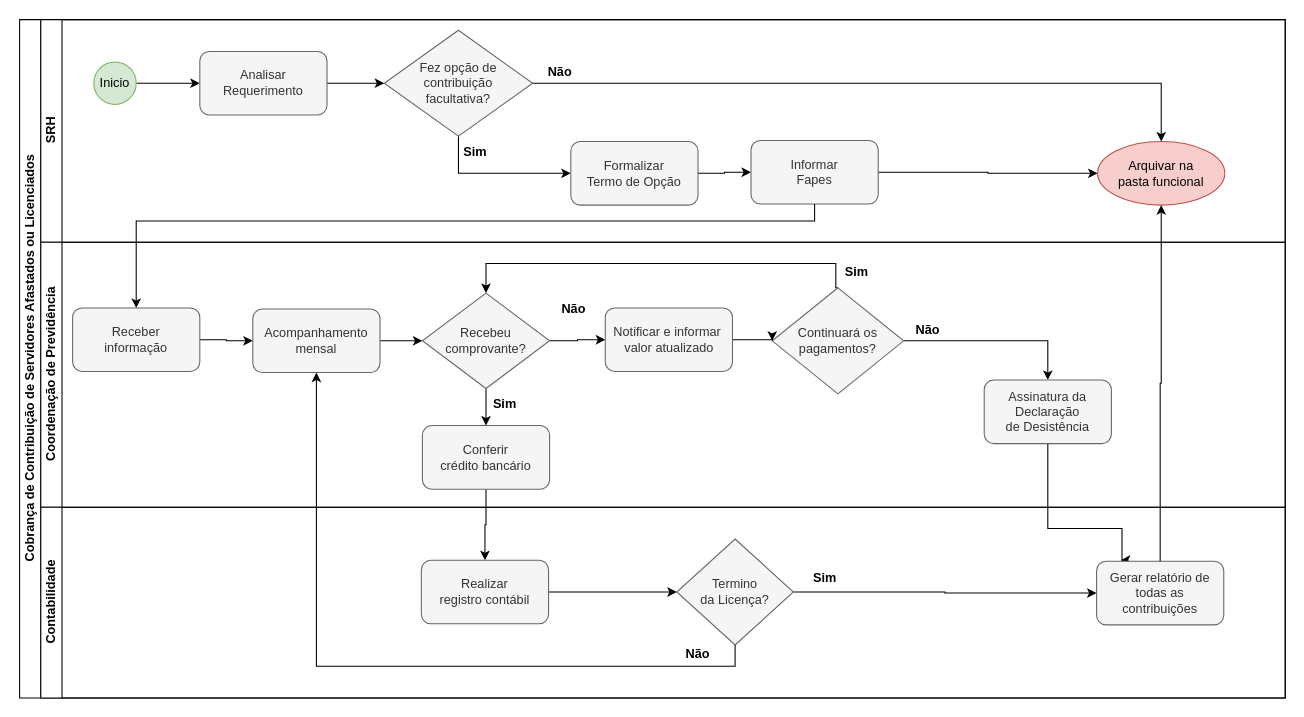
Above: CobrancaServidorLicenciado.drawio in Ramaniks/fluxogramas-toledoprev (draw.io), before the change. Source tidied: cells renumbered, new cells numbered last; positions are measured from the earlier drawing's top-left corner, leaving out a move shared by most shapes. Both pictures are drawn from the tidied source at 106%, with x=0, y=0 at pixel (19, 19).
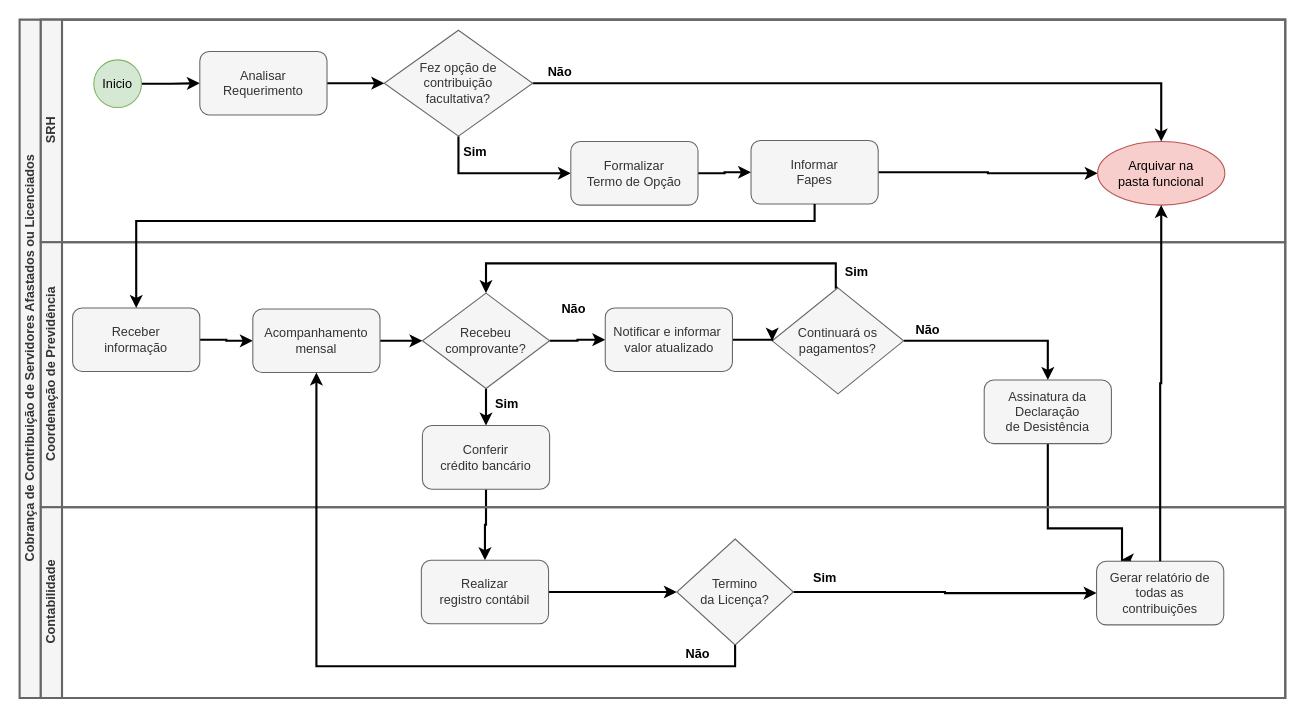
After the change.

The change refers to these unchanged cells:
```xml
<mxCell id="6" value="Arquivar na &lt;br&gt;pasta funcional" style="ellipse;whiteSpace=wrap;html=1;fillColor=#f8cecc;strokeColor=#b85450;" parent="3" vertex="1">
  <mxGeometry x="997" y="115" width="120" height="60" as="geometry" />
</mxCell>
<mxCell id="9" value="Fez opção de contribuição &lt;br&gt;facultativa?" style="rhombus;whiteSpace=wrap;html=1;fillColor=#f5f5f5;fontColor=#333333;strokeColor=#666666;" parent="3" vertex="1">
  <mxGeometry x="324" y="10" width="140" height="100" as="geometry" />
</mxCell>
<mxCell id="15" value="Analisar Requerimento" style="rounded=1;whiteSpace=wrap;html=1;strokeWidth=1;fillColor=#f5f5f5;fontColor=#333333;strokeColor=#666666;" parent="3" vertex="1">
  <mxGeometry x="150" y="30" width="120" height="60" as="geometry" />
</mxCell>
<mxCell id="16" value="Formalizar&lt;br style=&quot;border-color: var(--border-color);&quot;&gt;Termo de Opção" style="rounded=1;whiteSpace=wrap;html=1;strokeWidth=1;fillColor=#f5f5f5;fontColor=#333333;strokeColor=#666666;" parent="3" vertex="1">
  <mxGeometry x="500" y="115" width="120" height="60" as="geometry" />
</mxCell>
<mxCell id="17" value="Informar&lt;br style=&quot;border-color: var(--border-color);&quot;&gt;Fapes" style="rounded=1;whiteSpace=wrap;html=1;strokeWidth=1;fillColor=#f5f5f5;fontColor=#333333;strokeColor=#666666;" parent="3" vertex="1">
  <mxGeometry x="670" y="114" width="120" height="60" as="geometry" />
</mxCell>
<mxCell id="24" value="Recebeu comprovante?" style="rhombus;whiteSpace=wrap;html=1;fillColor=#f5f5f5;fontColor=#333333;strokeColor=#666666;" parent="20" vertex="1">
  <mxGeometry x="360" y="48" width="120" height="90" as="geometry" />
</mxCell>
<mxCell id="30" value="Continuará os&lt;br&gt;pagamentos?" style="rhombus;whiteSpace=wrap;html=1;fillColor=#f5f5f5;strokeColor=#666666;fontColor=#333333;" parent="20" vertex="1">
  <mxGeometry x="690" y="43" width="124" height="100" as="geometry" />
</mxCell>
<mxCell id="34" value="Receber&lt;br style=&quot;border-color: var(--border-color);&quot;&gt;informação" style="rounded=1;whiteSpace=wrap;html=1;strokeWidth=1;fillColor=#f5f5f5;fontColor=#333333;strokeColor=#666666;" parent="20" vertex="1">
  <mxGeometry x="30" y="62" width="120" height="60" as="geometry" />
</mxCell>
<mxCell id="35" value="Acompanhamento&lt;br style=&quot;border-color: var(--border-color);&quot;&gt;mensal" style="rounded=1;whiteSpace=wrap;html=1;strokeWidth=1;fillColor=#f5f5f5;fontColor=#333333;strokeColor=#666666;" parent="20" vertex="1">
  <mxGeometry x="200" y="63" width="120" height="60" as="geometry" />
</mxCell>
<mxCell id="36" value="Notificar e informar&amp;nbsp;&lt;br style=&quot;border-color: var(--border-color);&quot;&gt;valor atualizado" style="rounded=1;whiteSpace=wrap;html=1;strokeWidth=1;fillColor=#f5f5f5;fontColor=#333333;strokeColor=#666666;" parent="20" vertex="1">
  <mxGeometry x="532.5" y="62" width="120" height="60" as="geometry" />
</mxCell>
<mxCell id="37" value="Assinatura da&lt;br style=&quot;border-color: var(--border-color);&quot;&gt;Declaração&lt;br style=&quot;border-color: var(--border-color);&quot;&gt;de Desistência" style="rounded=1;whiteSpace=wrap;html=1;strokeWidth=1;fillColor=#f5f5f5;fontColor=#333333;strokeColor=#666666;" parent="20" vertex="1">
  <mxGeometry x="890" y="130" width="120" height="60" as="geometry" />
</mxCell>
<mxCell id="38" value="Conferir&lt;br style=&quot;border-color: var(--border-color);&quot;&gt;crédito bancário" style="rounded=1;whiteSpace=wrap;html=1;strokeWidth=1;fillColor=#f5f5f5;fontColor=#333333;strokeColor=#666666;" parent="20" vertex="1">
  <mxGeometry x="360" y="173" width="120" height="60" as="geometry" />
</mxCell>
<mxCell id="43" value="Termino &lt;br&gt;da Licença?" style="rhombus;whiteSpace=wrap;html=1;fillColor=#f5f5f5;fontColor=#333333;strokeColor=#666666;" parent="39" vertex="1">
  <mxGeometry x="600" y="30" width="110" height="100" as="geometry" />
</mxCell>
<mxCell id="45" value="Gerar relatório de&lt;br style=&quot;border-color: var(--border-color);&quot;&gt;todas as contribuições" style="rounded=1;whiteSpace=wrap;html=1;strokeWidth=1;fillColor=#f5f5f5;fontColor=#333333;strokeColor=#666666;" parent="39" vertex="1">
  <mxGeometry x="996" y="51" width="120" height="60" as="geometry" />
</mxCell>
<mxCell id="46" value="Realizar&lt;br style=&quot;border-color: var(--border-color);&quot;&gt;registro contábil" style="rounded=1;whiteSpace=wrap;html=1;strokeWidth=1;fillColor=#f5f5f5;fontColor=#333333;strokeColor=#666666;" parent="39" vertex="1">
  <mxGeometry x="359" y="50" width="120" height="60" as="geometry" />
</mxCell>
```

Change to the diagram source:
```diff
@@
-    <mxCell id="2" value="Cobrança de Contribuição de Servidores Afastados ou Licenciados" style="swimlane;horizontal=0;startSize=20;html=1;" parent="1" vertex="1">
+    <mxCell id="2" value="Cobrança de Contribuição de Servidores Afastados ou Licenciados" style="swimlane;horizontal=0;startSize=20;html=1;strokeWidth=2;fillColor=#f5f5f5;fontColor=#333333;strokeColor=#666666;" parent="1" vertex="1">
       <mxGeometry width="1194" height="640" as="geometry" />
     </mxCell>
-    <mxCell id="3" value="SRH" style="swimlane;startSize=20;horizontal=0;html=1;" parent="2" vertex="1">
+    <mxCell id="3" value="SRH" style="swimlane;startSize=20;horizontal=0;html=1;fillColor=#f5f5f5;fontColor=#333333;strokeColor=#666666;strokeWidth=2;" parent="2" vertex="1">
       <mxGeometry x="20" width="1174" height="210" as="geometry" />
     </mxCell>
-    <mxCell id="4" style="edgeStyle=orthogonalEdgeStyle;rounded=0;jettySize=auto;html=1;exitX=1;exitY=0.5;exitDx=0;exitDy=0;entryX=0;entryY=0.5;entryDx=0;entryDy=0;" parent="3" edge="1" source="16" target="17">
+    <mxCell id="4" style="edgeStyle=orthogonalEdgeStyle;rounded=0;jettySize=auto;html=1;exitX=1;exitY=0.5;exitDx=0;exitDy=0;entryX=0;entryY=0.5;entryDx=0;entryDy=0;strokeWidth=2;" parent="3" edge="1" source="16" target="17">
       <mxGeometry relative="1" as="geometry" />
     </mxCell>
-    <mxCell id="5" style="edgeStyle=orthogonalEdgeStyle;rounded=0;jettySize=auto;html=1;exitX=1;exitY=0.5;exitDx=0;exitDy=0;" parent="3" edge="1" source="17" target="6">
+    <mxCell id="5" style="edgeStyle=orthogonalEdgeStyle;rounded=0;jettySize=auto;html=1;exitX=1;exitY=0.5;exitDx=0;exitDy=0;strokeWidth=2;" parent="3" edge="1" source="17" target="6">
       <mxGeometry relative="1" as="geometry" />
     </mxCell>
@@
-    <mxCell id="7" style="edgeStyle=orthogonalEdgeStyle;rounded=0;jettySize=auto;html=1;entryX=0;entryY=0.5;entryDx=0;entryDy=0;exitX=0.5;exitY=1;exitDx=0;exitDy=0;" parent="3" edge="1" source="9" target="16">
+    <mxCell id="7" style="edgeStyle=orthogonalEdgeStyle;rounded=0;jettySize=auto;html=1;entryX=0;entryY=0.5;entryDx=0;entryDy=0;exitX=0.5;exitY=1;exitDx=0;exitDy=0;strokeWidth=2;" parent="3" edge="1" source="9" target="16">
       <mxGeometry relative="1" as="geometry">
         <Array as="points">
           <mxPoint x="394" y="145" />
         </Array>
       </mxGeometry>
     </mxCell>
-    <mxCell id="8" style="edgeStyle=orthogonalEdgeStyle;rounded=0;jettySize=auto;html=1;entryX=0.5;entryY=0;entryDx=0;entryDy=0;" parent="3" edge="1" source="9" target="6">
+    <mxCell id="8" style="edgeStyle=orthogonalEdgeStyle;rounded=0;jettySize=auto;html=1;entryX=0.5;entryY=0;entryDx=0;entryDy=0;strokeWidth=2;" parent="3" edge="1" source="9" target="6">
       <mxGeometry relative="1" as="geometry" />
     </mxCell>
@@
-    <mxCell id="12" style="edgeStyle=orthogonalEdgeStyle;rounded=0;jettySize=auto;html=1;exitX=1;exitY=0.5;exitDx=0;exitDy=0;" parent="3" edge="1" source="15" target="9">
+    <mxCell id="12" style="edgeStyle=orthogonalEdgeStyle;rounded=0;jettySize=auto;html=1;exitX=1;exitY=0.5;exitDx=0;exitDy=0;strokeWidth=2;" parent="3" edge="1" source="15" target="9">
       <mxGeometry relative="1" as="geometry" />
     </mxCell>
-    <mxCell id="13" style="edgeStyle=orthogonalEdgeStyle;rounded=0;jettySize=auto;html=1;entryX=0;entryY=0.5;entryDx=0;entryDy=0;" parent="3" edge="1" source="14" target="15">
+    <mxCell id="13" style="edgeStyle=orthogonalEdgeStyle;rounded=0;jettySize=auto;html=1;entryX=0;entryY=0.5;entryDx=0;entryDy=0;strokeWidth=2;" parent="3" edge="1" source="14" target="15">
       <mxGeometry relative="1" as="geometry" />
     </mxCell>
     <mxCell id="14" value="Inicio" style="ellipse;whiteSpace=wrap;html=1;fillColor=#d5e8d4;strokeColor=#82b366;" parent="3" vertex="1">
-      <mxGeometry x="50" y="40" width="40" height="40" as="geometry" />
+      <mxGeometry x="50" y="38" width="45" height="45" as="geometry" />
     </mxCell>
@@
-    <mxCell id="18" style="edgeStyle=orthogonalEdgeStyle;rounded=0;jettySize=auto;html=1;entryX=0.5;entryY=0;entryDx=0;entryDy=0;exitX=0.5;exitY=1;exitDx=0;exitDy=0;" parent="2" edge="1" source="38" target="46">
+    <mxCell id="18" style="edgeStyle=orthogonalEdgeStyle;rounded=0;jettySize=auto;html=1;entryX=0.5;entryY=0;entryDx=0;entryDy=0;exitX=0.5;exitY=1;exitDx=0;exitDy=0;strokeWidth=2;" parent="2" edge="1" source="38" target="46">
       <mxGeometry relative="1" as="geometry" />
     </mxCell>
-    <mxCell id="19" style="rounded=0;jettySize=auto;html=1;exitX=0.5;exitY=1;exitDx=0;exitDy=0;edgeStyle=orthogonalEdgeStyle;entryX=0.191;entryY=-0.018;entryDx=0;entryDy=0;entryPerimeter=0;" parent="2" edge="1" source="37" target="45">
+    <mxCell id="19" style="rounded=0;jettySize=auto;html=1;exitX=0.5;exitY=1;exitDx=0;exitDy=0;edgeStyle=orthogonalEdgeStyle;entryX=0.191;entryY=-0.018;entryDx=0;entryDy=0;entryPerimeter=0;strokeWidth=2;" parent="2" edge="1" source="37" target="45">
       <mxGeometry relative="1" as="geometry">
         <Array as="points">
           <mxPoint x="970" y="480" />
           <mxPoint x="1040" y="480" />
           <mxPoint x="1040" y="510" />
         </Array>
       </mxGeometry>
     </mxCell>
-    <mxCell id="20" value="Coordenação de Previdência" style="swimlane;startSize=20;horizontal=0;html=1;" parent="2" vertex="1">
+    <mxCell id="20" value="Coordenação de Previdência" style="swimlane;startSize=20;horizontal=0;html=1;fillColor=#f5f5f5;fontColor=#333333;strokeColor=#666666;strokeWidth=2;" parent="2" vertex="1">
       <mxGeometry x="20" y="210" width="1174" height="250" as="geometry" />
     </mxCell>
-    <mxCell id="21" style="edgeStyle=orthogonalEdgeStyle;rounded=0;jettySize=auto;html=1;exitX=1;exitY=0.5;exitDx=0;exitDy=0;" parent="20" edge="1" source="35" target="24">
+    <mxCell id="21" style="edgeStyle=orthogonalEdgeStyle;rounded=0;jettySize=auto;html=1;exitX=1;exitY=0.5;exitDx=0;exitDy=0;strokeWidth=2;" parent="20" edge="1" source="35" target="24">
       <mxGeometry relative="1" as="geometry" />
     </mxCell>
-    <mxCell id="22" style="edgeStyle=orthogonalEdgeStyle;rounded=0;jettySize=auto;html=1;entryX=0.5;entryY=0;entryDx=0;entryDy=0;" parent="20" edge="1" source="24" target="38">
+    <mxCell id="22" style="edgeStyle=orthogonalEdgeStyle;rounded=0;jettySize=auto;html=1;entryX=0.5;entryY=0;entryDx=0;entryDy=0;strokeWidth=2;" parent="20" edge="1" source="24" target="38">
       <mxGeometry relative="1" as="geometry" />
     </mxCell>
-    <mxCell id="23" style="edgeStyle=orthogonalEdgeStyle;rounded=0;jettySize=auto;html=1;entryX=0;entryY=0.5;entryDx=0;entryDy=0;" parent="20" edge="1" source="24" target="36">
+    <mxCell id="23" style="edgeStyle=orthogonalEdgeStyle;rounded=0;jettySize=auto;html=1;entryX=0;entryY=0.5;entryDx=0;entryDy=0;strokeWidth=2;" parent="20" edge="1" source="24" target="36">
       <mxGeometry relative="1" as="geometry" />
     </mxCell>
@@
     <mxCell id="25" value="Sim" style="text;html=1;strokeColor=none;fillColor=none;align=center;verticalAlign=middle;whiteSpace=wrap;rounded=0;fontStyle=1;" parent="20" vertex="1">
-      <mxGeometry x="407.5" y="138" width="60" height="30" as="geometry" />
+      <mxGeometry x="410" y="138" width="60" height="30" as="geometry" />
     </mxCell>
@@
-    <mxCell id="27" style="edgeStyle=orthogonalEdgeStyle;rounded=0;jettySize=auto;html=1;exitX=1;exitY=0.5;exitDx=0;exitDy=0;entryX=0;entryY=0.5;entryDx=0;entryDy=0;" parent="20" edge="1" source="34" target="35">
+    <mxCell id="27" style="edgeStyle=orthogonalEdgeStyle;rounded=0;jettySize=auto;html=1;exitX=1;exitY=0.5;exitDx=0;exitDy=0;entryX=0;entryY=0.5;entryDx=0;entryDy=0;strokeWidth=2;" parent="20" edge="1" source="34" target="35">
       <mxGeometry relative="1" as="geometry" />
     </mxCell>
-    <mxCell id="28" style="edgeStyle=orthogonalEdgeStyle;rounded=0;jettySize=auto;html=1;entryX=0.5;entryY=0;entryDx=0;entryDy=0;" parent="20" edge="1" source="30" target="37">
+    <mxCell id="28" style="edgeStyle=orthogonalEdgeStyle;rounded=0;jettySize=auto;html=1;entryX=0.5;entryY=0;entryDx=0;entryDy=0;strokeWidth=2;" parent="20" edge="1" source="30" target="37">
       <mxGeometry relative="1" as="geometry" />
     </mxCell>
-    <mxCell id="29" style="edgeStyle=orthogonalEdgeStyle;rounded=0;jettySize=auto;html=1;entryX=0.5;entryY=0;entryDx=0;entryDy=0;exitX=0.5;exitY=0;exitDx=0;exitDy=0;" parent="20" edge="1" source="30" target="24">
+    <mxCell id="29" style="edgeStyle=orthogonalEdgeStyle;rounded=0;jettySize=auto;html=1;entryX=0.5;entryY=0;entryDx=0;entryDy=0;exitX=0.5;exitY=0;exitDx=0;exitDy=0;strokeWidth=2;" parent="20" edge="1" source="30" target="24">
       <mxGeometry relative="1" as="geometry">
         <Array as="points">
           <mxPoint x="750" y="43" />
           <mxPoint x="750" y="20" />
           <mxPoint x="420" y="20" />
         </Array>
       </mxGeometry>
     </mxCell>
@@
-    <mxCell id="31" style="edgeStyle=orthogonalEdgeStyle;rounded=0;jettySize=auto;html=1;entryX=0;entryY=0.5;entryDx=0;entryDy=0;exitX=1;exitY=0.5;exitDx=0;exitDy=0;" parent="20" edge="1" source="36" target="30">
+    <mxCell id="31" style="edgeStyle=orthogonalEdgeStyle;rounded=0;jettySize=auto;html=1;entryX=0;entryY=0.5;entryDx=0;entryDy=0;exitX=1;exitY=0.5;exitDx=0;exitDy=0;strokeWidth=2;" parent="20" edge="1" source="36" target="30">
       <mxGeometry relative="1" as="geometry" />
     </mxCell>
@@
-    <mxCell id="39" value="Contabilidade" style="swimlane;startSize=20;horizontal=0;html=1;" parent="2" vertex="1">
+    <mxCell id="39" value="Contabilidade" style="swimlane;startSize=20;horizontal=0;html=1;fillColor=#f5f5f5;fontColor=#333333;strokeColor=#666666;strokeWidth=2;" parent="2" vertex="1">
       <mxGeometry x="20" y="460" width="1174" height="180" as="geometry" />
     </mxCell>
-    <mxCell id="40" style="edgeStyle=orthogonalEdgeStyle;rounded=0;jettySize=auto;html=1;entryX=0;entryY=0.5;entryDx=0;entryDy=0;exitX=1;exitY=0.5;exitDx=0;exitDy=0;" parent="39" edge="1" source="46" target="43">
+    <mxCell id="40" style="edgeStyle=orthogonalEdgeStyle;rounded=0;jettySize=auto;html=1;entryX=0;entryY=0.5;entryDx=0;entryDy=0;exitX=1;exitY=0.5;exitDx=0;exitDy=0;strokeWidth=2;" parent="39" edge="1" source="46" target="43">
       <mxGeometry relative="1" as="geometry" />
     </mxCell>
@@
-    <mxCell id="42" style="edgeStyle=orthogonalEdgeStyle;rounded=0;jettySize=auto;html=1;entryX=0;entryY=0.5;entryDx=0;entryDy=0;" parent="39" edge="1" source="43" target="45">
+    <mxCell id="42" style="edgeStyle=orthogonalEdgeStyle;rounded=0;jettySize=auto;html=1;entryX=0;entryY=0.5;entryDx=0;entryDy=0;strokeWidth=2;" parent="39" edge="1" source="43" target="45">
       <mxGeometry relative="1" as="geometry" />
     </mxCell>
@@
-    <mxCell id="47" style="edgeStyle=orthogonalEdgeStyle;rounded=0;jettySize=auto;html=1;exitX=0.5;exitY=0;exitDx=0;exitDy=0;" parent="2" edge="1" source="45" target="6">
+    <mxCell id="47" style="edgeStyle=orthogonalEdgeStyle;rounded=0;jettySize=auto;html=1;exitX=0.5;exitY=0;exitDx=0;exitDy=0;strokeWidth=2;" parent="2" edge="1" source="45" target="6">
       <mxGeometry relative="1" as="geometry" />
     </mxCell>
-    <mxCell id="48" style="edgeStyle=orthogonalEdgeStyle;rounded=0;jettySize=auto;html=1;entryX=0.5;entryY=0;entryDx=0;entryDy=0;exitX=0.5;exitY=1;exitDx=0;exitDy=0;" parent="2" edge="1" source="17" target="34">
+    <mxCell id="48" style="edgeStyle=orthogonalEdgeStyle;rounded=0;jettySize=auto;html=1;entryX=0.5;entryY=0;entryDx=0;entryDy=0;exitX=0.5;exitY=1;exitDx=0;exitDy=0;strokeWidth=2;" parent="2" edge="1" source="17" target="34">
       <mxGeometry relative="1" as="geometry">
         <Array as="points">
           <mxPoint x="750" y="190" />
           <mxPoint x="110" y="190" />
         </Array>
       </mxGeometry>
     </mxCell>
-    <mxCell id="49" style="edgeStyle=orthogonalEdgeStyle;rounded=0;jettySize=auto;html=1;entryX=0.5;entryY=1;entryDx=0;entryDy=0;" parent="2" edge="1" source="43" target="35">
+    <mxCell id="49" style="edgeStyle=orthogonalEdgeStyle;rounded=0;jettySize=auto;html=1;entryX=0.5;entryY=1;entryDx=0;entryDy=0;strokeWidth=2;" parent="2" edge="1" source="43" target="35">
       <mxGeometry relative="1" as="geometry">
         <Array as="points">
           <mxPoint x="675" y="610" />
           <mxPoint x="280" y="610" />
         </Array>
       </mxGeometry>
     </mxCell>
```
